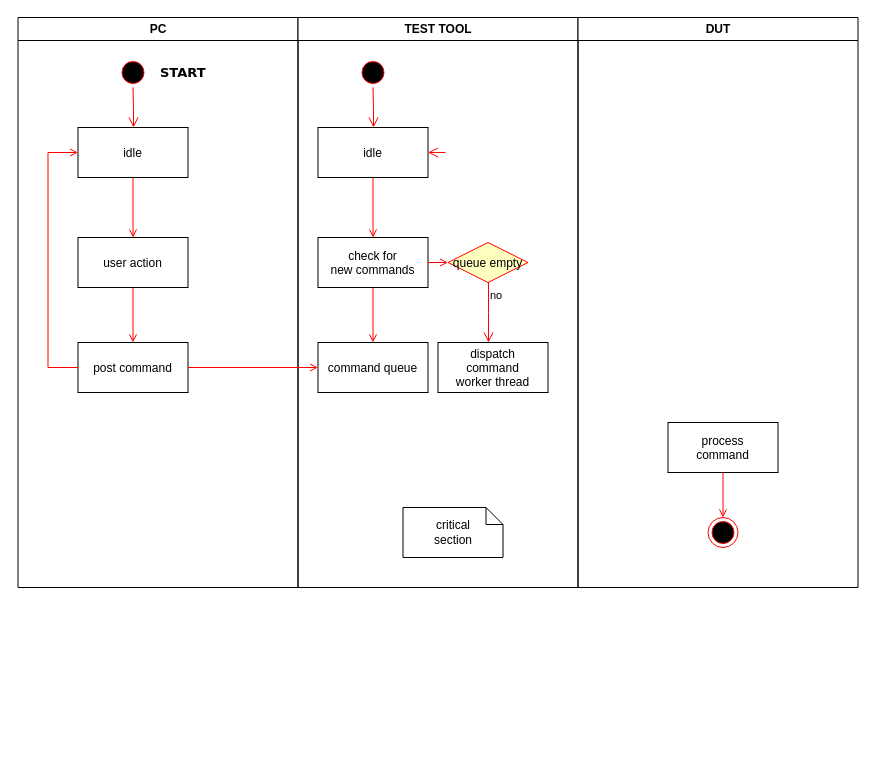
Earlier version of the draw.io diagram Testing_flow.drawio (anhvanthe/01_my_drawio). Source tidied: cells renumbered, new cells numbered last; positions are measured from the earlier drawing's top-left corner, leaving out a move shared by most shapes. Both pictures are drawn from the tidied source at 100%, with x=0, y=0 at pixel (17, 17).
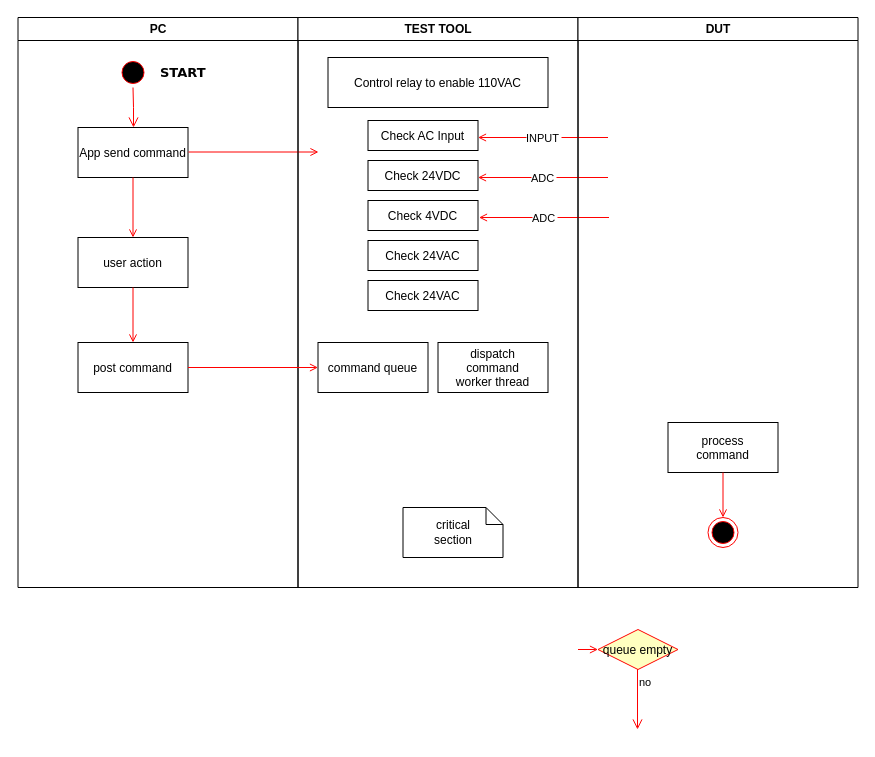
Above is the later version.

Unchanged cells that the change refers to:
```xml
<mxCell id="2" value="PC" style="swimlane;whiteSpace=wrap;" parent="1" vertex="1">
  <mxGeometry x="0.5" width="280" height="570" as="geometry" />
</mxCell>
<mxCell id="8" value="post command" parent="2" vertex="1">
  <mxGeometry x="60" y="325" width="110" height="50" as="geometry" />
</mxCell>
<mxCell id="12" value="TEST TOOL" style="swimlane;whiteSpace=wrap;startSize=23;" parent="1" vertex="1">
  <mxGeometry x="280.5" width="280" height="570" as="geometry" />
</mxCell>
<mxCell id="18" value="command queue" parent="12" vertex="1">
  <mxGeometry x="20" y="325" width="110" height="50" as="geometry" />
</mxCell>
<mxCell id="24" value="dispatch&#10;command&#10;worker thread" parent="12" vertex="1">
  <mxGeometry x="140" y="325" width="110" height="50" as="geometry" />
</mxCell>
```

Diff of the diagram source:
```diff
@@
-    <mxCell id="5" value="idle" parent="2" vertex="1">
+    <mxCell id="5" value="App send command" parent="2" vertex="1">
       <mxGeometry x="60" y="110" width="110" height="50" as="geometry" />
     </mxCell>
@@
-    <mxCell id="10" style="edgeStyle=elbowEdgeStyle;elbow=horizontal;strokeColor=#FF0000;endArrow=open;endFill=1;rounded=0;" parent="2" edge="1" source="8" target="5">
-      <mxGeometry relative="1" as="geometry">
-        <Array as="points">
-          <mxPoint x="30" y="250" />
-        </Array>
-      </mxGeometry>
-    </mxCell>
@@
+    <mxCell id="31" style="endArrow=open;strokeColor=#FF0000;endFill=1;rounded=0;" parent="2" edge="1">
+      <mxGeometry relative="1" as="geometry">
+        <mxPoint x="170.5" y="134.5" as="sourcePoint" />
+        <mxPoint x="300.5" y="134.5" as="targetPoint" />
+      </mxGeometry>
+    </mxCell>
@@
-    <mxCell id="13" style="ellipse;shape=startState;fillColor=#000000;strokeColor=#ff0000;" parent="12" vertex="1">
-      <mxGeometry x="60" y="40" width="30" height="30" as="geometry" />
-    </mxCell>
-    <mxCell id="14" style="edgeStyle=elbowEdgeStyle;elbow=horizontal;verticalAlign=bottom;endArrow=open;endSize=8;strokeColor=#FF0000;endFill=1;rounded=0;" parent="12" edge="1" source="13" target="15">
-      <mxGeometry x="40" y="20" as="geometry" />
-    </mxCell>
-    <mxCell id="15" value="idle" parent="12" vertex="1">
-      <mxGeometry x="20" y="110" width="110" height="50" as="geometry" />
+    <mxCell id="15" value="Control relay to enable 110VAC" parent="12" vertex="1">
+      <mxGeometry x="30" y="40" width="220" height="50" as="geometry" />
     </mxCell>
-    <mxCell id="16" value="check for &#10;new commands" parent="12" vertex="1">
-      <mxGeometry x="20" y="220" width="110" height="50" as="geometry" />
-    </mxCell>
-    <mxCell id="17" style="endArrow=open;strokeColor=#FF0000;endFill=1;rounded=0;" parent="12" edge="1" source="15" target="16">
-      <mxGeometry relative="1" as="geometry" />
-    </mxCell>
@@
-    <mxCell id="19" style="endArrow=open;strokeColor=#FF0000;endFill=1;rounded=0;" parent="12" edge="1" source="16" target="18">
-      <mxGeometry relative="1" as="geometry" />
-    </mxCell>
-    <mxCell id="20" value="queue empty" style="rhombus;fillColor=#ffffc0;strokeColor=#ff0000;" parent="12" vertex="1">
-      <mxGeometry x="150" y="225" width="80" height="40" as="geometry" />
-    </mxCell>
-    <mxCell id="21" value="no" style="edgeStyle=elbowEdgeStyle;elbow=horizontal;align=left;verticalAlign=top;endArrow=open;endSize=8;strokeColor=#FF0000;endFill=1;rounded=0;" parent="12" edge="1" source="20" target="24">
-      <mxGeometry x="-1" relative="1" as="geometry" />
-    </mxCell>
-    <mxCell id="22" style="endArrow=open;strokeColor=#FF0000;endFill=1;rounded=0;" parent="12" edge="1" source="16" target="20">
-      <mxGeometry relative="1" as="geometry" />
-    </mxCell>
-    <mxCell id="23" style="edgeStyle=elbowEdgeStyle;elbow=horizontal;verticalAlign=bottom;endArrow=open;endSize=8;strokeColor=#FF0000;endFill=1;rounded=0;" parent="12" edge="1" target="15">
-      <mxGeometry x="130" y="90" as="geometry">
-        <mxPoint x="147.5" y="135" as="sourcePoint" />
-      </mxGeometry>
-    </mxCell>
@@
+    <mxCell id="32" value="Check AC Input" parent="12" vertex="1">
+      <mxGeometry x="70" y="103" width="110" height="30" as="geometry" />
+    </mxCell>
+    <mxCell id="33" value="Check 24VDC" parent="12" vertex="1">
+      <mxGeometry x="70" y="143" width="110" height="30" as="geometry" />
+    </mxCell>
+    <mxCell id="34" value="Check 4VDC" parent="12" vertex="1">
+      <mxGeometry x="70" y="183" width="110" height="30" as="geometry" />
+    </mxCell>
+    <mxCell id="35" value="Check 24VAC" parent="12" vertex="1">
+      <mxGeometry x="70" y="223" width="110" height="30" as="geometry" />
+    </mxCell>
+    <mxCell id="36" value="Check 24VAC" parent="12" vertex="1">
+      <mxGeometry x="70" y="263" width="110" height="30" as="geometry" />
+    </mxCell>
+    <mxCell id="37" value="INPUT" style="endArrow=open;strokeColor=#FF0000;endFill=1;rounded=0;" parent="12" edge="1">
+      <mxGeometry relative="1" as="geometry">
+        <mxPoint x="310" y="120" as="sourcePoint" />
+        <mxPoint x="180" y="120" as="targetPoint" />
+      </mxGeometry>
+    </mxCell>
+    <mxCell id="38" value="ADC" style="endArrow=open;strokeColor=#FF0000;endFill=1;rounded=0;" parent="12" edge="1">
+      <mxGeometry relative="1" as="geometry">
+        <mxPoint x="310" y="160" as="sourcePoint" />
+        <mxPoint x="180" y="160" as="targetPoint" />
+      </mxGeometry>
+    </mxCell>
+    <mxCell id="39" value="ADC" style="endArrow=open;strokeColor=#FF0000;endFill=1;rounded=0;" parent="12" edge="1">
+      <mxGeometry relative="1" as="geometry">
+        <mxPoint x="311" y="200" as="sourcePoint" />
+        <mxPoint x="181" y="200" as="targetPoint" />
+      </mxGeometry>
+    </mxCell>
@@
+    <mxCell id="20" value="queue empty" style="rhombus;fillColor=#ffffc0;strokeColor=#ff0000;" parent="1" vertex="1">
+      <mxGeometry x="580.5" y="612" width="80" height="40" as="geometry" />
+    </mxCell>
+    <mxCell id="21" value="no" style="edgeStyle=elbowEdgeStyle;elbow=horizontal;align=left;verticalAlign=top;endArrow=open;endSize=8;strokeColor=#FF0000;endFill=1;rounded=0;" parent="1" edge="1" source="20">
+      <mxGeometry x="-1" relative="1" as="geometry">
+        <mxPoint x="620.2" y="712" as="targetPoint" />
+      </mxGeometry>
+    </mxCell>
+    <mxCell id="22" style="endArrow=open;strokeColor=#FF0000;endFill=1;rounded=0;" parent="1" edge="1" target="20">
+      <mxGeometry relative="1" as="geometry">
+        <mxPoint x="560.5" y="632" as="sourcePoint" />
+      </mxGeometry>
+    </mxCell>
```
